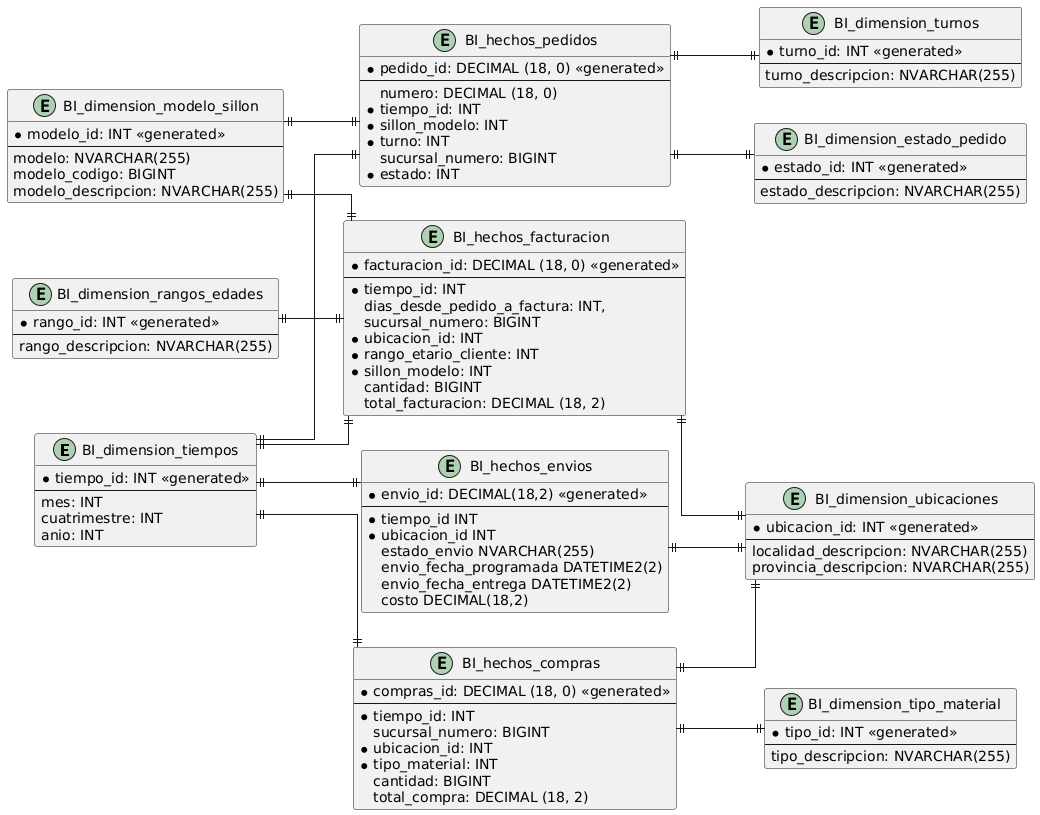
Earlier version of the PlantUML export Entrega/DER_BI.png (jreggiardoUTN/UTN-sillones). Its diagram source:
```plantuml
@startuml
skinparam linetype polyline
skinparam linetype ortho
left to right direction

entity "BI_dimension_tiempos" {
    *tiempo_id: INT <<generated>>
    --
    mes: INT
    cuatrimestre: INT
    anio: INT
}

entity "BI_dimension_ubicaciones" {
    *ubicacion_id: INT <<generated>>
    --
    localidad_descripcion: NVARCHAR(255)
    provincia_descripcion: NVARCHAR(255)
}

entity "BI_dimension_rangos_edades" {
    *rango_id: INT <<generated>>
    --
    rango_descripcion: NVARCHAR(255)
}

entity "BI_dimension_turnos" {
    *turno_id: INT <<generated>>
    --
    turno_descripcion: NVARCHAR(255)
}

entity "BI_dimension_tipo_material" {
    *tipo_id: INT <<generated>>
    --
    tipo_descripcion: NVARCHAR(255)
}

entity "BI_dimension_modelo_sillon" {
    *modelo_id: INT <<generated>>
    --
    modelo: NVARCHAR(255)
    modelo_codigo: BIGINT
    modelo_descripcion: NVARCHAR(255)
}

entity "BI_dimension_estado_pedido" {
    *estado_id: INT <<generated>>
    --
    estado_descripcion: NVARCHAR(255)
}

entity "BI_hechos_pedidos" {
    *pedido_id: DECIMAL (18, 0) <<generated>>
    --
    numero: DECIMAL (18, 0)
    *tiempo_id: INT
    *sillon_modelo: INT
    *turno: INT
    sucursal_numero: BIGINT
    *estado: INT
}

entity "BI_hechos_facturacion" {
    *facturacion_id: DECIMAL (18, 0) <<generated>>
    --
    *tiempo_id: INT
    dias_desde_pedido_a_factura: INT,
    sucursal_numero: BIGINT
    *ubicacion_id: INT
    *rango_etario_cliente: INT
    *sillon_modelo: INT
    cantidad: BIGINT
    total_facturacion: DECIMAL (18, 2)
}

entity "BI_hechos_compras" {
    *compras_id: DECIMAL (18, 0) <<generated>>
    --
    *tiempo_id: INT
    sucursal_numero: BIGINT
    *ubicacion_id: INT
    *tipo_material: INT
    cantidad: BIGINT
    total_compra: DECIMAL (18, 2)
}

entity "BI_hechos_envios" {
    *envio_id: DECIMAL(18,2) <<generated>>
    --
    *tiempo_id INT
    *ubicacion_id INT
    estado_envio NVARCHAR(255)
    envio_fecha_programada DATETIME2(2)
    envio_fecha_entrega DATETIME2(2)
    costo DECIMAL(18,2)
}

BI_hechos_pedidos ||-u-|| BI_dimension_tiempos
BI_hechos_pedidos ||--|| BI_dimension_turnos
BI_hechos_pedidos ||-u-|| BI_dimension_modelo_sillon
BI_hechos_pedidos ||--|| BI_dimension_estado_pedido
BI_hechos_facturacion ||-u-|| BI_dimension_tiempos
BI_hechos_facturacion ||--|| BI_dimension_ubicaciones
BI_hechos_facturacion ||-u-|| BI_dimension_rangos_edades
BI_hechos_facturacion ||-u-|| BI_dimension_modelo_sillon
BI_hechos_compras ||-u-|| BI_dimension_tiempos
BI_hechos_compras ||--|| BI_dimension_ubicaciones
BI_hechos_compras ||--|| BI_dimension_tipo_material
BI_hechos_envios ||-u-|| BI_dimension_tiempos
BI_hechos_envios ||--|| BI_dimension_ubicaciones
@enduml
```
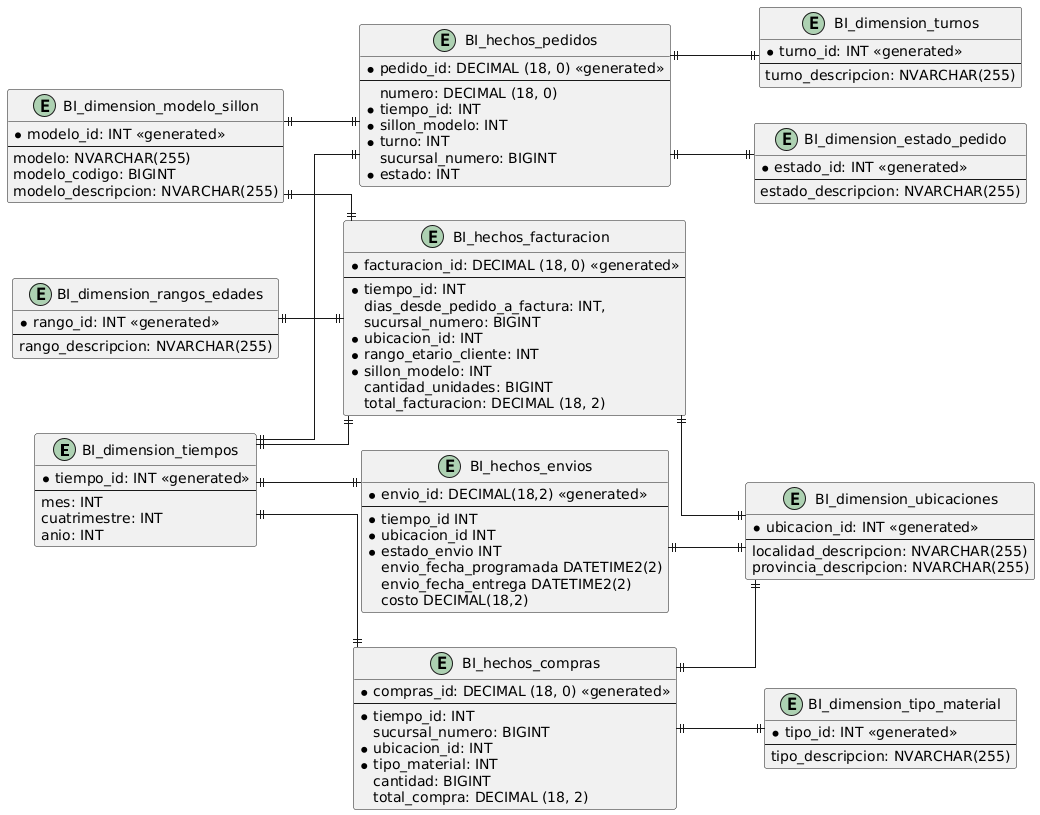
Later version of the same file.

Change to the diagram source:
```diff
@@ -70,7 +70,7 @@
     *ubicacion_id: INT
     *rango_etario_cliente: INT
     *sillon_modelo: INT
-    cantidad: BIGINT
+    cantidad_unidades: BIGINT
     total_facturacion: DECIMAL (18, 2)
 }
 
@@ -90,7 +90,7 @@
     --
     *tiempo_id INT
     *ubicacion_id INT
-    estado_envio NVARCHAR(255)
+    *estado_envio INT
     envio_fecha_programada DATETIME2(2)
     envio_fecha_entrega DATETIME2(2)
     costo DECIMAL(18,2)
```
